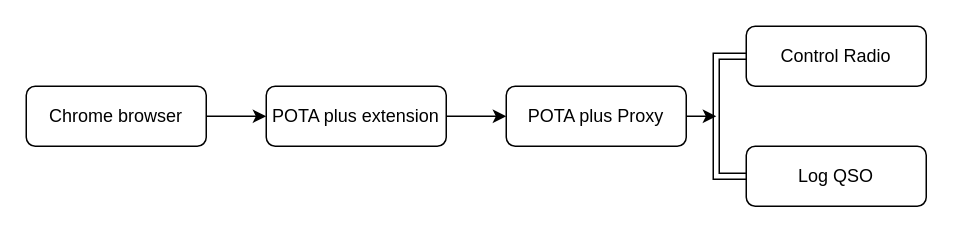
This is Untitled Diagram.drawio from VA3HDL/FT-757GX, a draw.io file, before an edit. Source tidied: cells renumbered, new cells numbered last; positions are measured from the earlier drawing's top-left corner, leaving out a move shared by most shapes. Both pictures are drawn from the tidied source at 150%, with x=0, y=0 at pixel (26, 26).
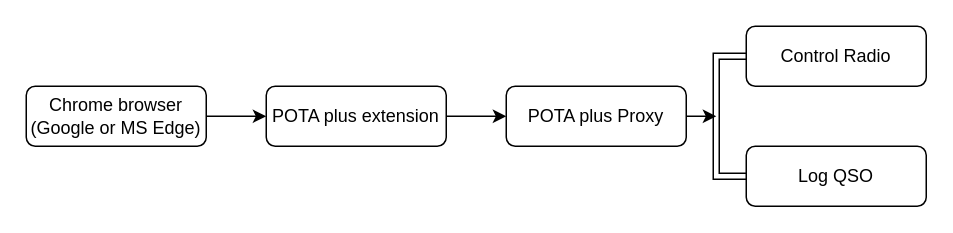
Above is the later version.

Diff of the diagram source:
```diff
@@
 <mxGraphModel>
   <root>
     <mxCell id="0" />
     <mxCell id="1" parent="0" />
     <mxCell id="2" style="edgeStyle=orthogonalEdgeStyle;rounded=0;jettySize=auto;html=1;exitX=1;exitY=0.5;exitDx=0;exitDy=0;entryX=0;entryY=0.5;entryDx=0;entryDy=0;" parent="1" edge="1" source="3" target="5">
       <mxGeometry relative="1" as="geometry" />
     </mxCell>
-    <mxCell id="3" value="Chrome browser" style="rounded=1;whiteSpace=wrap;html=1;fontSize=12;glass=0;strokeWidth=1;shadow=0;" parent="1" vertex="1">
+    <mxCell id="3" value="Chrome browser (Google or MS Edge)" style="rounded=1;whiteSpace=wrap;html=1;fontSize=12;glass=0;strokeWidth=1;shadow=0;" parent="1" vertex="1">
       <mxGeometry y="40" width="120" height="40" as="geometry" />
     </mxCell>
     <mxCell id="4" style="edgeStyle=orthogonalEdgeStyle;rounded=0;jettySize=auto;html=1;exitX=1;exitY=0.5;exitDx=0;exitDy=0;entryX=0;entryY=0.5;entryDx=0;entryDy=0;" parent="1" edge="1" source="5" target="9">
       <mxGeometry relative="1" as="geometry" />
     </mxCell>
     <mxCell id="5" value="POTA plus extension" style="rounded=1;whiteSpace=wrap;html=1;fontSize=12;glass=0;strokeWidth=1;shadow=0;" parent="1" vertex="1">
       <mxGeometry x="160" y="40" width="120" height="40" as="geometry" />
     </mxCell>
     <mxCell id="6" value="Control Radio" style="rounded=1;whiteSpace=wrap;html=1;fontSize=12;glass=0;strokeWidth=1;shadow=0;" parent="1" vertex="1">
       <mxGeometry x="480" width="120" height="40" as="geometry" />
     </mxCell>
     <mxCell id="7" style="edgeStyle=orthogonalEdgeStyle;rounded=0;jettySize=auto;html=1;exitX=0;exitY=0.5;exitDx=0;exitDy=0;entryX=0;entryY=0.5;entryDx=0;entryDy=0;shape=link;" parent="1" edge="1" source="10" target="6">
       <mxGeometry relative="1" as="geometry" />
     </mxCell>
     <mxCell id="8" style="edgeStyle=orthogonalEdgeStyle;rounded=0;jettySize=auto;html=1;exitX=1;exitY=0.5;exitDx=0;exitDy=0;" parent="1" edge="1" source="9">
       <mxGeometry relative="1" as="geometry">
         <mxPoint x="460" y="60" as="targetPoint" />
       </mxGeometry>
     </mxCell>
     <mxCell id="9" value="POTA plus Proxy" style="rounded=1;whiteSpace=wrap;html=1;fontSize=12;glass=0;strokeWidth=1;shadow=0;" parent="1" vertex="1">
       <mxGeometry x="320" y="40" width="120" height="40" as="geometry" />
     </mxCell>
     <mxCell id="10" value="Log QSO" style="rounded=1;whiteSpace=wrap;html=1;fontSize=12;glass=0;strokeWidth=1;shadow=0;" parent="1" vertex="1">
       <mxGeometry x="480" y="80" width="120" height="40" as="geometry" />
     </mxCell>
   </root>
 </mxGraphModel>
```
